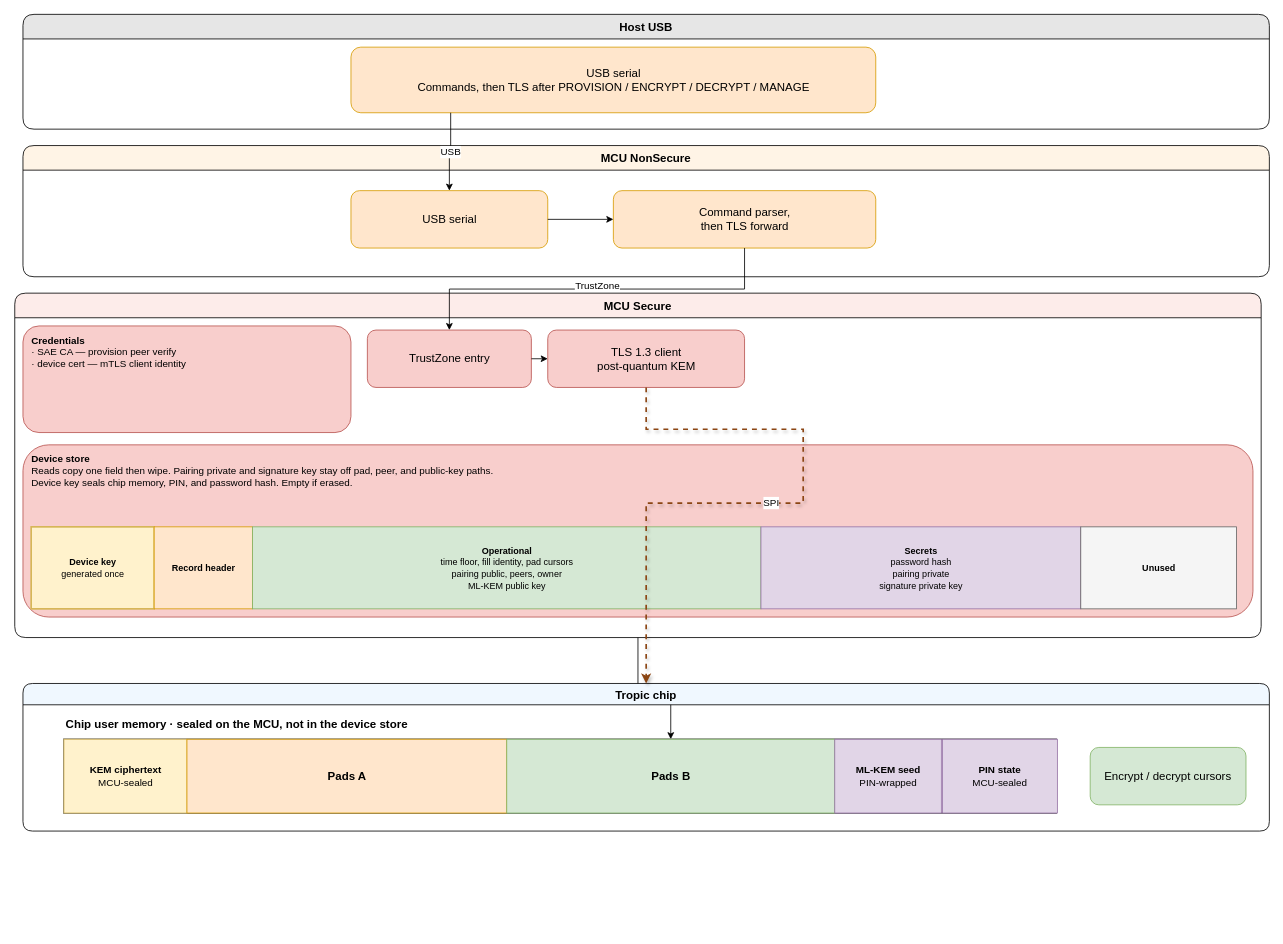
Before: diagrams/SE_diagram.drawio in vonasmic/one-time-pad-keychain, a draw.io diagram. Source tidied: cells renumbered, new cells numbered last; positions are measured from the earlier drawing's top-left corner, leaving out a move shared by most shapes. Both pictures are drawn from the tidied source at 82%, with x=0, y=0 at pixel (14, 14).
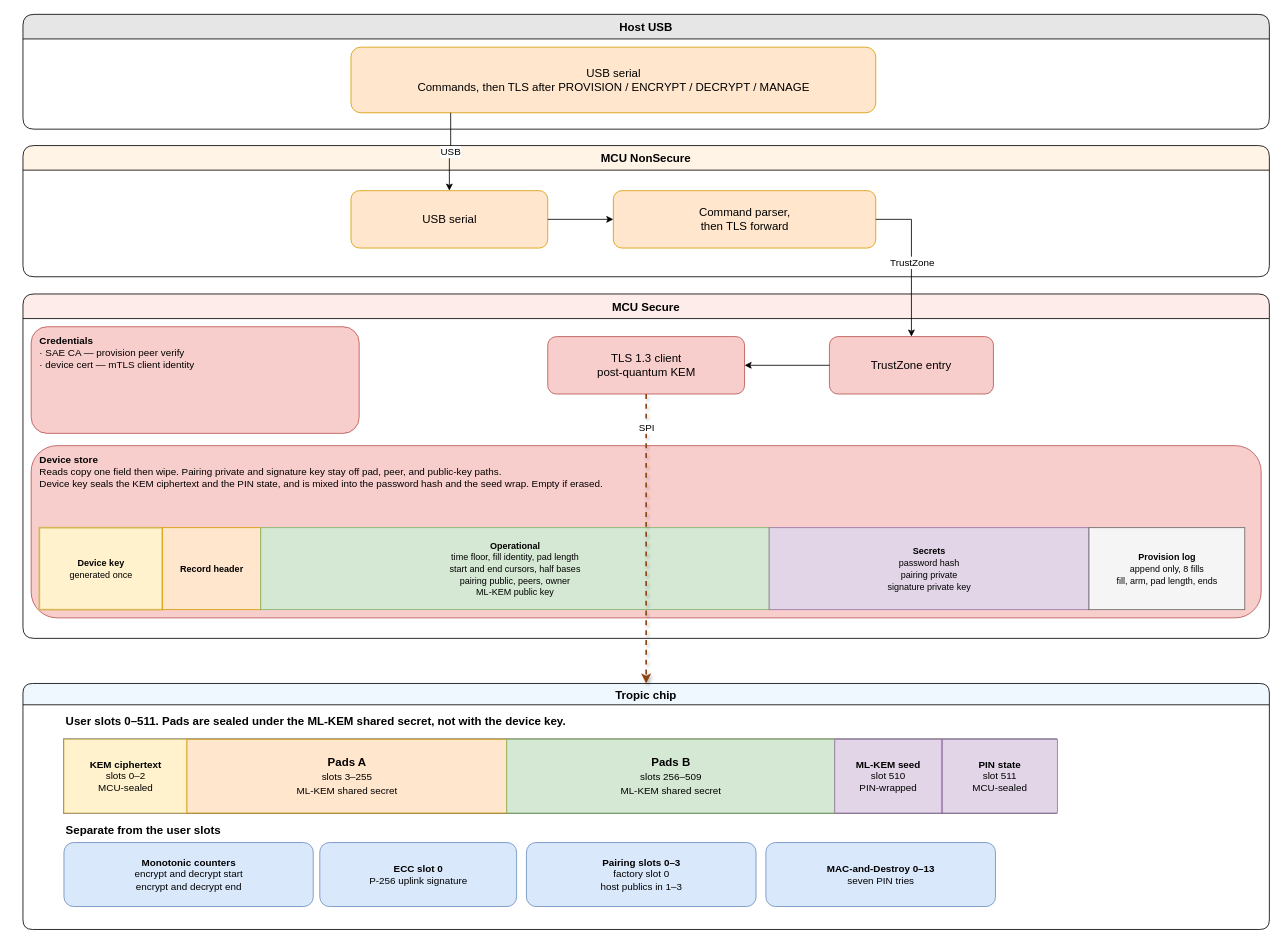
Above is the later version.

The change refers to these unchanged cells:
```xml
<mxCell id="6" value="&lt;font style=&quot;font-size: 14px;&quot;&gt;Command parser,&lt;br&gt;then TLS forward&lt;/font&gt;" style="rounded=1;whiteSpace=wrap;html=1;fillColor=#ffe6cc;strokeColor=#d79b00;" parent="4" vertex="1">
  <mxGeometry x="720" y="55" width="320" height="70" as="geometry" />
</mxCell>
```

What changed in the source:
```diff
@@
-    <mxCell id="8" style="edgeStyle=orthogonalEdgeStyle;rounded=0;jettySize=auto;html=1;" parent="1" edge="1" source="9" target="25">
-      <mxGeometry relative="1" as="geometry" />
-    </mxCell>
     <mxCell id="9" value="MCU Secure" style="swimlane;startSize=30;fillColor=#fdecea;rounded=1;fontStyle=1;fontSize=14;" parent="1" vertex="1">
-      <mxGeometry x="0.5" y="340" width="1520" height="420" as="geometry" />
+      <mxGeometry x="10.5" y="341" width="1520" height="420" as="geometry" />
     </mxCell>
     <mxCell id="10" value="&lt;font style=&quot;font-size: 14px;&quot;&gt;TrustZone entry&lt;/font&gt;" style="rounded=1;whiteSpace=wrap;html=1;fillColor=#f8cecc;strokeColor=#b85450;" parent="9" vertex="1">
-      <mxGeometry x="430" y="45" width="200" height="70" as="geometry" />
+      <mxGeometry x="983.5" y="52" width="200" height="70" as="geometry" />
     </mxCell>
     <mxCell id="11" value="&lt;font style=&quot;font-size: 14px;&quot;&gt;TLS 1.3 client&lt;br&gt;post-quantum KEM&lt;/font&gt;" style="rounded=1;whiteSpace=wrap;html=1;fillColor=#f8cecc;strokeColor=#b85450;" parent="9" vertex="1">
-      <mxGeometry x="650" y="45" width="240" height="70" as="geometry" />
+      <mxGeometry x="640" y="52" width="240" height="70" as="geometry" />
     </mxCell>
@@
-    <mxCell id="13" value="&lt;font style=&quot;font-size: 12px;&quot;&gt;&lt;b&gt;Device store&lt;/b&gt;&lt;br&gt;Reads copy one field then wipe. Pairing private and signature key stay off pad, peer, and public-key paths.&lt;br&gt;Device key seals chip memory, PIN, and password hash. Empty if erased.&lt;/font&gt;" style="rounded=1;whiteSpace=wrap;html=1;align=left;spacingLeft=8;verticalAlign=top;spacingTop=4;fillColor=#f8cecc;strokeColor=#b85450;" parent="9" vertex="1">
+    <mxCell id="13" value="&lt;font style=&quot;font-size: 12px;&quot;&gt;&lt;b&gt;Device store&lt;/b&gt;&lt;br&gt;Reads copy one field then wipe. Pairing private and signature key stay off pad, peer, and public-key paths.&lt;br&gt;Device key seals the KEM ciphertext and the PIN state, and is mixed into the password hash and the seed wrap. Empty if erased.&lt;/font&gt;" style="rounded=1;whiteSpace=wrap;html=1;align=left;spacingLeft=8;verticalAlign=top;spacingTop=4;fillColor=#f8cecc;strokeColor=#b85450;" parent="9" vertex="1">
       <mxGeometry x="10" y="185" width="1500" height="210" as="geometry" />
     </mxCell>
@@
-    <mxCell id="16" value="&lt;font style=&quot;font-size: 11px;&quot;&gt;&lt;b&gt;Operational&lt;/b&gt;&lt;br&gt;time floor, fill identity, pad cursors&lt;br&gt;pairing public, peers, owner&lt;br&gt;ML-KEM public key&lt;/font&gt;" style="rounded=0;whiteSpace=wrap;html=1;fillColor=#D5E8D4;strokeColor=#82b366;" parent="13" vertex="1">
+    <mxCell id="16" value="&lt;font style=&quot;font-size: 11px;&quot;&gt;&lt;b&gt;Operational&lt;/b&gt;&lt;br&gt;time floor, fill identity, pad length&lt;br&gt;start and end cursors, half bases&lt;br&gt;pairing public, peers, owner&lt;br&gt;ML-KEM public key&lt;/font&gt;" style="rounded=0;whiteSpace=wrap;html=1;fillColor=#D5E8D4;strokeColor=#82b366;" parent="13" vertex="1">
       <mxGeometry x="280" y="100" width="620" height="100" as="geometry" />
     </mxCell>
@@
-    <mxCell id="18" value="&lt;font style=&quot;font-size: 11px;&quot;&gt;&lt;b&gt;Unused&lt;/b&gt;&lt;/font&gt;" style="rounded=0;whiteSpace=wrap;html=1;fillColor=#f5f5f5;strokeColor=#666666;" parent="13" vertex="1">
+    <mxCell id="18" value="&lt;font style=&quot;font-size: 11px;&quot;&gt;&lt;b&gt;Provision log&lt;/b&gt;&lt;br&gt;append only, 8 fills&lt;br&gt;fill, arm, pad length, ends&lt;/font&gt;" style="rounded=0;whiteSpace=wrap;html=1;fillColor=#f5f5f5;strokeColor=#666666;" parent="13" vertex="1">
       <mxGeometry x="1290" y="100" width="190" height="100" as="geometry" />
     </mxCell>
-    <mxCell id="19" style="edgeStyle=orthogonalEdgeStyle;rounded=0;jettySize=auto;html=1;exitX=1;exitY=0.5;exitDx=0;exitDy=0;entryX=0;entryY=0.5;entryDx=0;entryDy=0;" parent="9" edge="1" source="10" target="11">
-      <mxGeometry relative="1" as="geometry" />
+    <mxCell id="19" style="edgeStyle=orthogonalEdgeStyle;rounded=0;jettySize=auto;html=1;exitX=0;exitY=0.5;exitDx=0;exitDy=0;entryX=1;entryY=0.5;entryDx=0;entryDy=0;" parent="9" edge="1" source="10" target="11">
+      <mxGeometry x="-0.83" relative="1" as="geometry" />
     </mxCell>
     <mxCell id="20" value="Tropic chip" style="swimlane;startSize=26;fillColor=#f0f8ff;rounded=1;fontStyle=1;fontSize=14;swimlaneLine=1;" parent="1" vertex="1">
-      <mxGeometry x="10.5" y="816" width="1520" height="180" as="geometry" />
+      <mxGeometry x="10.5" y="816" width="1520" height="300" as="geometry" />
     </mxCell>
-    <mxCell id="21" value="Chip user memory  ·  sealed on the MCU, not in the device store" style="text;html=1;strokeColor=none;fillColor=none;align=left;verticalAlign=middle;whiteSpace=wrap;rounded=0;fontStyle=1;fontSize=14;" parent="20" vertex="1">
-      <mxGeometry x="50" y="38" width="900" height="24" as="geometry" />
+    <mxCell id="21" value="User slots 0–511. Pads are sealed under the ML-KEM shared secret, not with the device key." style="text;html=1;strokeColor=none;fillColor=none;align=left;verticalAlign=middle;whiteSpace=wrap;rounded=0;fontStyle=1;fontSize=14;" parent="20" vertex="1">
+      <mxGeometry x="50" y="34" width="1100" height="24" as="geometry" />
     </mxCell>
@@
-    <mxCell id="23" value="&lt;font style=&quot;font-size: 12px;&quot;&gt;&lt;b&gt;KEM ciphertext&lt;/b&gt;&lt;br&gt;MCU-sealed&lt;/font&gt;" style="rounded=0;whiteSpace=wrap;html=1;fillColor=#fff2cc;strokeColor=#d6b656;" parent="20" vertex="1">
+    <mxCell id="23" value="&lt;font style=&quot;font-size: 12px;&quot;&gt;&lt;b&gt;KEM ciphertext&lt;/b&gt;&lt;br&gt;slots 0–2&lt;br&gt;MCU-sealed&lt;/font&gt;" style="rounded=0;whiteSpace=wrap;html=1;fillColor=#fff2cc;strokeColor=#d6b656;" parent="20" vertex="1">
       <mxGeometry x="50" y="68" width="150" height="90" as="geometry" />
     </mxCell>
-    <mxCell id="24" value="&lt;font style=&quot;font-size: 14px;&quot;&gt;&lt;b&gt;Pads A&lt;/b&gt;&lt;/font&gt;" style="rounded=0;whiteSpace=wrap;html=1;fillColor=#ffe6cc;strokeColor=#d79b00;" parent="20" vertex="1">
+    <mxCell id="24" value="&lt;font style=&quot;font-size: 14px;&quot;&gt;&lt;b&gt;Pads A&lt;/b&gt;&lt;br&gt;&lt;font style=&quot;font-size: 12px;&quot;&gt;slots 3–255&lt;br&gt;ML-KEM shared secret&lt;/font&gt;&lt;/font&gt;" style="rounded=0;whiteSpace=wrap;html=1;fillColor=#ffe6cc;strokeColor=#d79b00;" parent="20" vertex="1">
       <mxGeometry x="200" y="68" width="390" height="90" as="geometry" />
     </mxCell>
-    <mxCell id="25" value="&lt;font style=&quot;font-size: 14px;&quot;&gt;&lt;b&gt;Pads B&lt;/b&gt;&lt;/font&gt;" style="rounded=0;whiteSpace=wrap;html=1;fillColor=#d5e8d4;strokeColor=#82b366;" parent="20" vertex="1">
+    <mxCell id="25" value="&lt;font style=&quot;font-size: 14px;&quot;&gt;&lt;b&gt;Pads B&lt;/b&gt;&lt;br&gt;&lt;font style=&quot;font-size: 12px;&quot;&gt;slots 256–509&lt;br&gt;ML-KEM shared secret&lt;/font&gt;&lt;/font&gt;" style="rounded=0;whiteSpace=wrap;html=1;fillColor=#d5e8d4;strokeColor=#82b366;" parent="20" vertex="1">
       <mxGeometry x="590" y="68" width="400" height="90" as="geometry" />
     </mxCell>
-    <mxCell id="26" value="&lt;font style=&quot;font-size: 12px;&quot;&gt;&lt;b&gt;ML-KEM seed&lt;/b&gt;&lt;br&gt;PIN-wrapped&lt;/font&gt;" style="rounded=0;whiteSpace=wrap;html=1;fillColor=#e1d5e7;strokeColor=#9673a6;" parent="20" vertex="1">
+    <mxCell id="26" value="&lt;font style=&quot;font-size: 12px;&quot;&gt;&lt;b&gt;ML-KEM seed&lt;/b&gt;&lt;br&gt;slot 510&lt;br&gt;PIN-wrapped&lt;/font&gt;" style="rounded=0;whiteSpace=wrap;html=1;fillColor=#e1d5e7;strokeColor=#9673a6;" parent="20" vertex="1">
       <mxGeometry x="990" y="68" width="130" height="90" as="geometry" />
     </mxCell>
-    <mxCell id="27" value="&lt;font style=&quot;font-size: 12px;&quot;&gt;&lt;b&gt;PIN state&lt;/b&gt;&lt;br&gt;MCU-sealed&lt;/font&gt;" style="rounded=0;whiteSpace=wrap;html=1;fillColor=#e1d5e7;strokeColor=#9673a6;" parent="20" vertex="1">
+    <mxCell id="27" value="&lt;font style=&quot;font-size: 12px;&quot;&gt;&lt;b&gt;PIN state&lt;/b&gt;&lt;br&gt;slot 511&lt;br&gt;MCU-sealed&lt;/font&gt;" style="rounded=0;whiteSpace=wrap;html=1;fillColor=#e1d5e7;strokeColor=#9673a6;" parent="20" vertex="1">
       <mxGeometry x="1121.5" y="68" width="140" height="90" as="geometry" />
     </mxCell>
+    <mxCell id="34" value="Separate from the user slots" style="text;html=1;strokeColor=none;fillColor=none;align=left;verticalAlign=middle;whiteSpace=wrap;rounded=0;fontStyle=1;fontSize=14;" parent="20" vertex="1">
+      <mxGeometry x="50" y="168" width="400" height="22" as="geometry" />
+    </mxCell>
-    <mxCell id="28" value="&lt;font style=&quot;font-size: 14px;&quot;&gt;Encrypt / decrypt cursors&lt;/font&gt;" style="rounded=1;whiteSpace=wrap;html=1;fillColor=#D5E8D4;strokeColor=#82b366;" parent="20" vertex="1">
-      <mxGeometry x="1301.5" y="78" width="190" height="70" as="geometry" />
+    <mxCell id="28" value="&lt;b&gt;Monotonic counters&lt;/b&gt;&lt;br&gt;encrypt and decrypt start&lt;br&gt;encrypt and decrypt end" style="rounded=1;whiteSpace=wrap;html=1;fillColor=#dae8fc;strokeColor=#6c8ebf;fontSize=12;" parent="20" vertex="1">
+      <mxGeometry x="50" y="194" width="304" height="78" as="geometry" />
     </mxCell>
+    <mxCell id="35" value="&lt;b&gt;ECC slot 0&lt;/b&gt;&lt;br&gt;P-256 uplink signature" style="rounded=1;whiteSpace=wrap;html=1;fillColor=#dae8fc;strokeColor=#6c8ebf;fontSize=12;" parent="20" vertex="1">
+      <mxGeometry x="362" y="194" width="240" height="78" as="geometry" />
+    </mxCell>
+    <mxCell id="36" value="&lt;b&gt;Pairing slots 0–3&lt;/b&gt;&lt;br&gt;factory slot 0&lt;br&gt;host publics in 1–3" style="rounded=1;whiteSpace=wrap;html=1;fillColor=#dae8fc;strokeColor=#6c8ebf;fontSize=12;" parent="20" vertex="1">
+      <mxGeometry x="614" y="194" width="280" height="78" as="geometry" />
+    </mxCell>
+    <mxCell id="37" value="&lt;b&gt;MAC-and-Destroy 0–13&lt;/b&gt;&lt;br&gt;seven PIN tries" style="rounded=1;whiteSpace=wrap;html=1;fillColor=#dae8fc;strokeColor=#6c8ebf;fontSize=12;" parent="20" vertex="1">
+      <mxGeometry x="906" y="194" width="280" height="78" as="geometry" />
+    </mxCell>
@@
-    <mxCell id="31" style="edgeStyle=orthogonalEdgeStyle;rounded=0;jettySize=auto;html=1;exitX=0.5;exitY=1;exitDx=0;exitDy=0;entryX=0.5;entryY=0;entryDx=0;entryDy=0;" parent="1" edge="1" source="6" target="10">
-      <mxGeometry relative="1" as="geometry">
+    <mxCell id="31" style="edgeStyle=orthogonalEdgeStyle;rounded=0;jettySize=auto;html=1;exitX=1;exitY=0.5;exitDx=0;exitDy=0;entryX=0.5;entryY=0;entryDx=0;entryDy=0;" parent="1" edge="1" source="6" target="10">
+      <mxGeometry x="0.45" relative="1" as="geometry">
         <Array as="points">
-          <mxPoint x="890.5" y="335" />
-          <mxPoint x="530.5" y="335" />
+          <mxPoint x="1094.1" y="250" />
+          <mxPoint x="1094.1" y="393" />
         </Array>
       </mxGeometry>
     </mxCell>
     <mxCell id="32" value="&lt;font style=&quot;font-size: 12px;&quot;&gt;TrustZone&lt;/font&gt;" style="edgeLabel;html=1;align=center;verticalAlign=middle;" parent="31" vertex="1">
-      <mxGeometry relative="1" as="geometry">
-        <mxPoint y="-5" as="offset" />
+      <mxGeometry x="0.45" relative="1" as="geometry">
+        <mxPoint y="-39" as="offset" />
       </mxGeometry>
     </mxCell>
     <mxCell id="33" value="SPI" style="endArrow=classic;html=1;rounded=0;fontSize=12;dashed=1;strokeColor=#8b4513;shadow=1;strokeWidth=2;exitX=0.5;exitY=1;exitDx=0;exitDy=0;entryX=0.5;entryY=0;entryDx=0;entryDy=0;" parent="1" edge="1" source="11" target="20">
-      <mxGeometry relative="1" as="geometry">
+      <mxGeometry x="-0.77" relative="1" as="geometry">
         <Array as="points">
           <mxPoint x="770.5" y="506" />
-          <mxPoint x="962" y="506" />
-          <mxPoint x="962" y="596" />
+          <mxPoint x="770.5" y="568" />
           <mxPoint x="770.5" y="596" />
         </Array>
       </mxGeometry>
     </mxCell>
```
